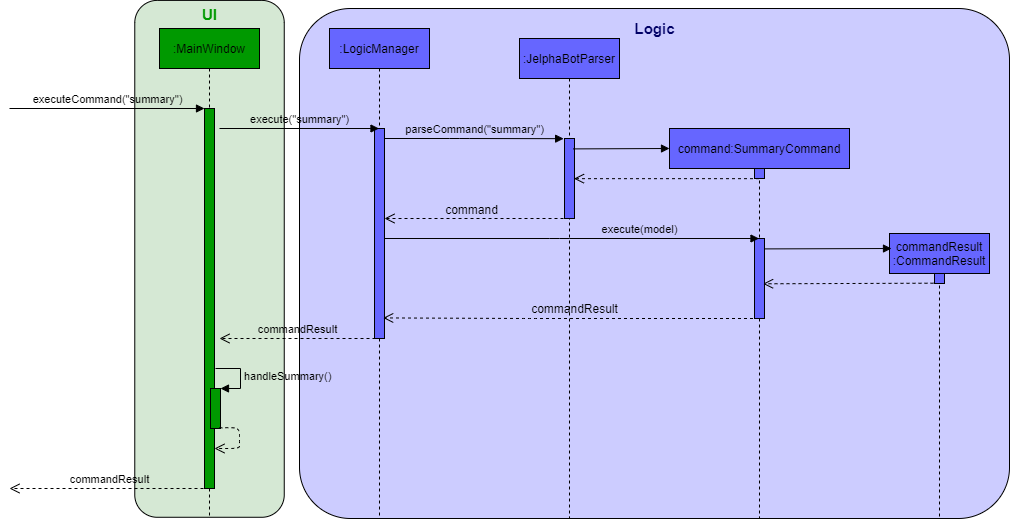
Before: images/SummarySwitchTabSequenceDiagram.png, a diagram exported from draw.io (AY1920S2-CS2103-F09-2/main). Source tidied: cells renumbered, new cells last; positions are measured from the earlier drawing's top-left corner, leaving out a move shared by most shapes. Source of this version:
```xml
<mxGraphModel background="#ffffff">
  <root>
    <mxCell id="0" />
    <mxCell id="1" parent="0" />
    <mxCell id="2" style="rounded=1;whiteSpace=wrap;html=1;shadow=0;fillColor=#CCCCFF;arcSize=10;" parent="1" vertex="1">
      <mxGeometry x="348" y="4" width="710" height="510" as="geometry" />
    </mxCell>
    <mxCell id="3" style="rounded=1;whiteSpace=wrap;html=1;shadow=0;rotation=-90;fillColor=#D5E8D4;" parent="1" vertex="1">
      <mxGeometry x="-0.4" y="179.6" width="516.9" height="149.5" as="geometry" />
    </mxCell>
    <mxCell id="4" value=":MainWindow" style="shape=umlLifeline;perimeter=lifelinePerimeter;whiteSpace=wrap;html=1;shadow=0;fillColor=#009900;" parent="1" vertex="1">
      <mxGeometry x="208" y="24" width="100" height="490" as="geometry" />
    </mxCell>
    <mxCell id="5" style="html=1;perimeter=orthogonalPerimeter;shadow=0;fillColor=#009900;" parent="1" vertex="1">
      <mxGeometry x="253" y="104" width="10" height="380" as="geometry" />
    </mxCell>
    <mxCell id="6" value="executeCommand(&quot;summary&quot;)" style="html=1;verticalAlign=bottom;endArrow=block;fillColor=#4D9900;labelBackgroundColor=none;" parent="1" edge="1">
      <mxGeometry relative="1" as="geometry">
        <mxPoint x="58" y="104" as="sourcePoint" />
        <mxPoint x="253" y="104" as="targetPoint" />
      </mxGeometry>
    </mxCell>
    <mxCell id="7" style="html=1;points=[];perimeter=orthogonalPerimeter;shadow=0;fillColor=#009900;" parent="1" vertex="1">
      <mxGeometry x="259" y="384" width="10" height="40" as="geometry" />
    </mxCell>
    <mxCell id="8" value="handleSummary()" style="edgeStyle=orthogonalEdgeStyle;html=1;align=left;spacingLeft=2;endArrow=block;rounded=0;entryX=1;entryY=0;fillColor=#4D9900;labelBackgroundColor=none;" parent="1" edge="1" target="7">
      <mxGeometry relative="1" as="geometry">
        <mxPoint x="264" y="364" as="sourcePoint" />
        <Array as="points">
          <mxPoint x="289" y="364" />
          <mxPoint x="289" y="384" />
        </Array>
      </mxGeometry>
    </mxCell>
    <mxCell id="9" value="&lt;font style=&quot;font-size: 15px&quot; color=&quot;#009900&quot;&gt;&lt;b&gt;UI&lt;/b&gt;&lt;/font&gt;" style="text;html=1;align=center;verticalAlign=middle;" parent="1" vertex="1">
      <mxGeometry x="243" width="30" height="20" as="geometry" />
    </mxCell>
    <mxCell id="10" style="html=1;verticalAlign=bottom;endArrow=open;dashed=1;endSize=8;fillColor=#4D9900;exitX=0.883;exitY=0.983;exitDx=0;exitDy=0;exitPerimeter=0;" parent="1" edge="1" source="7">
      <mxGeometry x="-0.3" y="-20" relative="1" as="geometry">
        <mxPoint x="263" y="444" as="targetPoint" />
        <Array as="points">
          <mxPoint x="288" y="423" />
          <mxPoint x="288" y="434" />
          <mxPoint x="288" y="444" />
          <mxPoint x="288" y="444" />
        </Array>
        <mxPoint x="40" as="offset" />
      </mxGeometry>
    </mxCell>
    <mxCell id="11" value=":LogicManager" style="shape=umlLifeline;perimeter=lifelinePerimeter;whiteSpace=wrap;html=1;outlineConnect=0;shadow=0;fillColor=#6666FF;" parent="1" vertex="1">
      <mxGeometry x="378" y="24" width="100" height="490" as="geometry" />
    </mxCell>
    <mxCell id="12" style="html=1;points=[];perimeter=orthogonalPerimeter;shadow=0;fillColor=#6666FF;" parent="11" vertex="1">
      <mxGeometry x="45" y="100" width="10" height="210" as="geometry" />
    </mxCell>
    <mxCell id="13" value="execute(&quot;summary&quot;)" style="html=1;verticalAlign=bottom;endArrow=block;fillColor=#4D9900;labelBackgroundColor=none;" parent="1" edge="1" target="11">
      <mxGeometry relative="1" as="geometry">
        <mxPoint x="268" y="124" as="sourcePoint" />
      </mxGeometry>
    </mxCell>
    <mxCell id="14" value=":JelphaBotParser" style="shape=umlLifeline;perimeter=lifelinePerimeter;whiteSpace=wrap;html=1;shadow=0;fillColor=#6666FF;" parent="1" vertex="1">
      <mxGeometry x="568" y="34" width="100" height="480" as="geometry" />
    </mxCell>
    <mxCell id="15" style="html=1;points=[];perimeter=orthogonalPerimeter;shadow=0;fillColor=#6666FF;" parent="14" vertex="1">
      <mxGeometry x="45" y="100" width="10" height="80" as="geometry" />
    </mxCell>
    <mxCell id="16" style="html=1;verticalAlign=bottom;endArrow=block;fillColor=#4D9900;exitX=0.886;exitY=0.13;exitDx=0;exitDy=0;exitPerimeter=0;" parent="14" edge="1" source="15">
      <mxGeometry relative="1" as="geometry">
        <mxPoint x="150" y="110" as="targetPoint" />
      </mxGeometry>
    </mxCell>
    <mxCell id="17" value="command:SummaryCommand" style="shape=umlLifeline;perimeter=lifelinePerimeter;whiteSpace=wrap;html=1;outlineConnect=0;shadow=0;fillColor=#6666FF;" parent="1" vertex="1">
      <mxGeometry x="718" y="124" width="180" height="390" as="geometry" />
    </mxCell>
    <mxCell id="18" style="html=1;perimeter=orthogonalPerimeter;shadow=0;fillColor=#6666FF;" parent="17" vertex="1">
      <mxGeometry x="85" y="40" width="10" height="10" as="geometry" />
    </mxCell>
    <mxCell id="19" style="html=1;points=[];perimeter=orthogonalPerimeter;shadow=0;fillColor=#6666FF;" parent="17" vertex="1">
      <mxGeometry x="85" y="110" width="10" height="80" as="geometry" />
    </mxCell>
    <mxCell id="20" style="html=1;verticalAlign=bottom;endArrow=open;dashed=1;endSize=8;fillColor=#4D9900;entryX=0.948;entryY=0.502;entryDx=0;entryDy=0;entryPerimeter=0;" parent="1" edge="1" source="17" target="15">
      <mxGeometry relative="1" as="geometry" />
    </mxCell>
    <mxCell id="21" style="html=1;verticalAlign=bottom;endArrow=open;dashed=1;endSize=8;fillColor=#4D9900;" parent="1" edge="1" target="12">
      <mxGeometry relative="1" as="geometry">
        <mxPoint x="618" y="214" as="sourcePoint" />
      </mxGeometry>
    </mxCell>
    <mxCell id="22" value="command" style="text;html=1;align=center;verticalAlign=middle;labelBackgroundColor=none;" parent="21" vertex="1">
      <mxGeometry x="0.07" y="-1" relative="1" as="geometry">
        <mxPoint y="-9" as="offset" />
      </mxGeometry>
    </mxCell>
    <mxCell id="23" value="execute(model)" style="html=1;verticalAlign=bottom;endArrow=block;fillColor=#4D9900;labelBackgroundColor=none;" parent="1" edge="1" source="12" target="17">
      <mxGeometry x="0.36" relative="1" as="geometry">
        <Array as="points">
          <mxPoint x="608" y="234" />
        </Array>
      </mxGeometry>
    </mxCell>
    <mxCell id="24" style="html=1;verticalAlign=bottom;endArrow=open;dashed=1;endSize=8;fillColor=#4D9900;entryX=0.867;entryY=0.902;entryDx=0;entryDy=0;entryPerimeter=0;" parent="1" edge="1" source="17" target="12">
      <mxGeometry x="0.21" y="-160" relative="1" as="geometry">
        <Array as="points">
          <mxPoint x="578" y="314" />
        </Array>
        <mxPoint x="160" y="160" as="offset" />
      </mxGeometry>
    </mxCell>
    <mxCell id="25" value="commandResult" style="text;html=1;align=center;verticalAlign=middle;labelBackgroundColor=none;" parent="24" vertex="1">
      <mxGeometry x="0.22" y="-158" relative="1" as="geometry">
        <mxPoint x="44.9" y="148" as="offset" />
      </mxGeometry>
    </mxCell>
    <mxCell id="26" value="commandResult&lt;br&gt;:CommandResult" style="shape=umlLifeline;perimeter=lifelinePerimeter;whiteSpace=wrap;html=1;shadow=0;fillColor=#6666FF;" parent="1" vertex="1">
      <mxGeometry x="938" y="229" width="100" height="285" as="geometry" />
    </mxCell>
    <mxCell id="27" style="html=1;perimeter=orthogonalPerimeter;shadow=0;fillColor=#6666FF;" parent="26" vertex="1">
      <mxGeometry x="45" y="40" width="10" height="10" as="geometry" />
    </mxCell>
    <mxCell id="28" style="html=1;verticalAlign=bottom;endArrow=block;fillColor=#4D9900;exitX=0.857;exitY=0.13;exitDx=0;exitDy=0;exitPerimeter=0;" parent="1" edge="1">
      <mxGeometry relative="1" as="geometry">
        <mxPoint x="813.6" y="244.4" as="sourcePoint" />
        <mxPoint x="940" y="244" as="targetPoint" />
      </mxGeometry>
    </mxCell>
    <mxCell id="29" style="html=1;verticalAlign=bottom;endArrow=open;dashed=1;endSize=8;fillColor=#4D9900;entryX=0.857;entryY=0.566;entryDx=0;entryDy=0;entryPerimeter=0;" parent="1" edge="1" target="19">
      <mxGeometry relative="1" as="geometry">
        <mxPoint x="982" y="278.7" as="sourcePoint" />
      </mxGeometry>
    </mxCell>
    <mxCell id="30" value="commandResult" style="html=1;verticalAlign=bottom;endArrow=open;dashed=1;endSize=8;fillColor=#4D9900;labelBackgroundColor=none;" parent="1" edge="1">
      <mxGeometry relative="1" as="geometry">
        <mxPoint x="424" y="334" as="sourcePoint" />
        <mxPoint x="268" y="334" as="targetPoint" />
      </mxGeometry>
    </mxCell>
    <mxCell id="31" value="commandResult" style="html=1;verticalAlign=bottom;endArrow=open;dashed=1;endSize=8;fillColor=#4D9900;labelBackgroundColor=none;" parent="1" edge="1">
      <mxGeometry relative="1" as="geometry">
        <mxPoint x="258" y="484" as="sourcePoint" />
        <mxPoint x="58" y="484" as="targetPoint" />
      </mxGeometry>
    </mxCell>
    <mxCell id="32" value="parseCommand(&quot;summary&quot;)" style="html=1;verticalAlign=bottom;endArrow=block;fillColor=#4D9900;entryX=-0.086;entryY=0.002;entryDx=0;entryDy=0;entryPerimeter=0;labelBackgroundColor=none;" parent="1" edge="1" source="12" target="15">
      <mxGeometry relative="1" as="geometry">
        <Array as="points">
          <mxPoint x="508" y="134" />
        </Array>
      </mxGeometry>
    </mxCell>
    <mxCell id="33" value="&lt;font style=&quot;font-size: 15px&quot; color=&quot;#000066&quot;&gt;&lt;b&gt;Logic&lt;/b&gt;&lt;/font&gt;" style="text;html=1;align=center;verticalAlign=middle;" parent="1" vertex="1">
      <mxGeometry x="673" y="14" width="60" height="20" as="geometry" />
    </mxCell>
  </root>
</mxGraphModel>
```
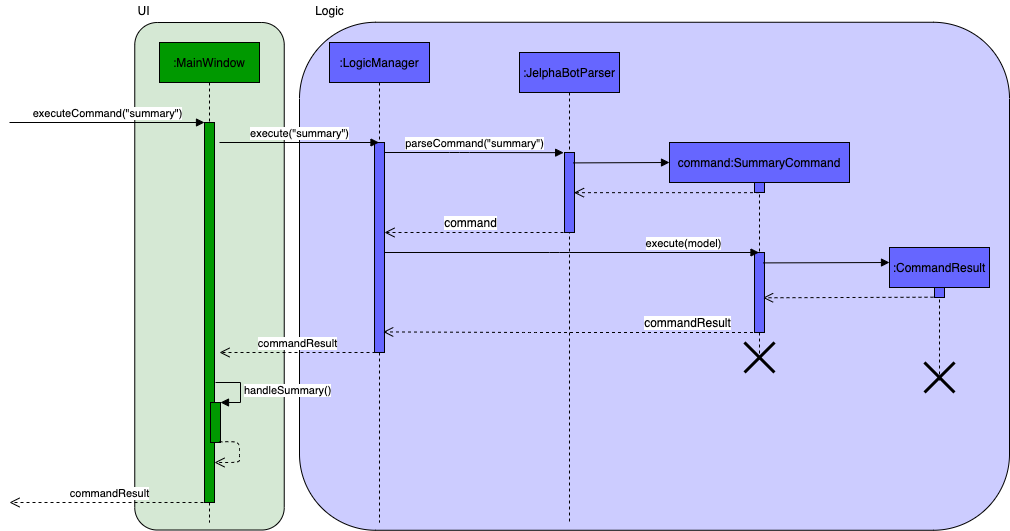
After the commit.

The edit, as a diff of the source:
```diff
@@ -2,19 +2,19 @@
   <root>
     <mxCell id="0" />
     <mxCell id="1" parent="0" />
-    <mxCell id="2" style="rounded=1;whiteSpace=wrap;html=1;shadow=0;fillColor=#CCCCFF;arcSize=10;" parent="1" vertex="1">
-      <mxGeometry x="348" y="4" width="710" height="510" as="geometry" />
+    <mxCell id="2" style="rounded=1;whiteSpace=wrap;html=1;shadow=0;fillColor=#CCCCFF;" parent="1" vertex="1">
+      <mxGeometry x="348" y="3.8" width="710" height="508" as="geometry" />
     </mxCell>
     <mxCell id="3" style="rounded=1;whiteSpace=wrap;html=1;shadow=0;rotation=-90;fillColor=#D5E8D4;" parent="1" vertex="1">
-      <mxGeometry x="-0.4" y="179.6" width="516.9" height="149.5" as="geometry" />
+      <mxGeometry x="4.2" y="183" width="507.5" height="149.5" as="geometry" />
     </mxCell>
     <mxCell id="4" value=":MainWindow" style="shape=umlLifeline;perimeter=lifelinePerimeter;whiteSpace=wrap;html=1;shadow=0;fillColor=#009900;" parent="1" vertex="1">
-      <mxGeometry x="208" y="24" width="100" height="490" as="geometry" />
+      <mxGeometry x="208" y="24" width="100" height="480" as="geometry" />
     </mxCell>
     <mxCell id="5" style="html=1;perimeter=orthogonalPerimeter;shadow=0;fillColor=#009900;" parent="1" vertex="1">
       <mxGeometry x="253" y="104" width="10" height="380" as="geometry" />
     </mxCell>
-    <mxCell id="6" value="executeCommand(&quot;summary&quot;)" style="html=1;verticalAlign=bottom;endArrow=block;fillColor=#4D9900;labelBackgroundColor=none;" parent="1" edge="1">
+    <mxCell id="6" value="executeCommand(&quot;summary&quot;)" style="html=1;verticalAlign=bottom;endArrow=block;fillColor=#4D9900;" parent="1" edge="1">
       <mxGeometry relative="1" as="geometry">
         <mxPoint x="58" y="104" as="sourcePoint" />
         <mxPoint x="253" y="104" as="targetPoint" />
@@ -23,7 +23,7 @@
     <mxCell id="7" style="html=1;points=[];perimeter=orthogonalPerimeter;shadow=0;fillColor=#009900;" parent="1" vertex="1">
       <mxGeometry x="259" y="384" width="10" height="40" as="geometry" />
     </mxCell>
-    <mxCell id="8" value="handleSummary()" style="edgeStyle=orthogonalEdgeStyle;html=1;align=left;spacingLeft=2;endArrow=block;rounded=0;entryX=1;entryY=0;fillColor=#4D9900;labelBackgroundColor=none;" parent="1" edge="1" target="7">
+    <mxCell id="8" value="handleSummary()" style="edgeStyle=orthogonalEdgeStyle;html=1;align=left;spacingLeft=2;endArrow=block;rounded=0;entryX=1;entryY=0;fillColor=#4D9900;" parent="1" edge="1" target="7">
       <mxGeometry relative="1" as="geometry">
         <mxPoint x="264" y="364" as="sourcePoint" />
         <Array as="points">
@@ -32,8 +32,8 @@
         </Array>
       </mxGeometry>
     </mxCell>
-    <mxCell id="9" value="&lt;font style=&quot;font-size: 15px&quot; color=&quot;#009900&quot;&gt;&lt;b&gt;UI&lt;/b&gt;&lt;/font&gt;" style="text;html=1;align=center;verticalAlign=middle;" parent="1" vertex="1">
-      <mxGeometry x="243" width="30" height="20" as="geometry" />
+    <mxCell id="9" value="UI" style="text;html=1;align=center;verticalAlign=middle;" parent="1" vertex="1">
+      <mxGeometry x="177" y="-18" width="30" height="20" as="geometry" />
     </mxCell>
     <mxCell id="10" style="html=1;verticalAlign=bottom;endArrow=open;dashed=1;endSize=8;fillColor=#4D9900;exitX=0.883;exitY=0.983;exitDx=0;exitDy=0;exitPerimeter=0;" parent="1" edge="1" source="7">
       <mxGeometry x="-0.3" y="-20" relative="1" as="geometry">
@@ -48,18 +48,18 @@
       </mxGeometry>
     </mxCell>
     <mxCell id="11" value=":LogicManager" style="shape=umlLifeline;perimeter=lifelinePerimeter;whiteSpace=wrap;html=1;outlineConnect=0;shadow=0;fillColor=#6666FF;" parent="1" vertex="1">
-      <mxGeometry x="378" y="24" width="100" height="490" as="geometry" />
+      <mxGeometry x="378" y="24" width="100" height="480" as="geometry" />
     </mxCell>
     <mxCell id="12" style="html=1;points=[];perimeter=orthogonalPerimeter;shadow=0;fillColor=#6666FF;" parent="11" vertex="1">
       <mxGeometry x="45" y="100" width="10" height="210" as="geometry" />
     </mxCell>
-    <mxCell id="13" value="execute(&quot;summary&quot;)" style="html=1;verticalAlign=bottom;endArrow=block;fillColor=#4D9900;labelBackgroundColor=none;" parent="1" edge="1" target="11">
+    <mxCell id="13" value="execute(&quot;summary&quot;)" style="html=1;verticalAlign=bottom;endArrow=block;fillColor=#4D9900;" parent="1" edge="1" target="11">
       <mxGeometry relative="1" as="geometry">
         <mxPoint x="268" y="124" as="sourcePoint" />
       </mxGeometry>
     </mxCell>
     <mxCell id="14" value=":JelphaBotParser" style="shape=umlLifeline;perimeter=lifelinePerimeter;whiteSpace=wrap;html=1;shadow=0;fillColor=#6666FF;" parent="1" vertex="1">
-      <mxGeometry x="568" y="34" width="100" height="480" as="geometry" />
+      <mxGeometry x="568" y="34" width="100" height="470" as="geometry" />
     </mxCell>
     <mxCell id="15" style="html=1;points=[];perimeter=orthogonalPerimeter;shadow=0;fillColor=#6666FF;" parent="14" vertex="1">
       <mxGeometry x="45" y="100" width="10" height="80" as="geometry" />
@@ -70,7 +70,7 @@
       </mxGeometry>
     </mxCell>
     <mxCell id="17" value="command:SummaryCommand" style="shape=umlLifeline;perimeter=lifelinePerimeter;whiteSpace=wrap;html=1;outlineConnect=0;shadow=0;fillColor=#6666FF;" parent="1" vertex="1">
-      <mxGeometry x="718" y="124" width="180" height="390" as="geometry" />
+      <mxGeometry x="718" y="124" width="180" height="220" as="geometry" />
     </mxCell>
     <mxCell id="18" style="html=1;perimeter=orthogonalPerimeter;shadow=0;fillColor=#6666FF;" parent="17" vertex="1">
       <mxGeometry x="85" y="40" width="10" height="10" as="geometry" />
@@ -86,13 +86,13 @@
         <mxPoint x="618" y="214" as="sourcePoint" />
       </mxGeometry>
     </mxCell>
-    <mxCell id="22" value="command" style="text;html=1;align=center;verticalAlign=middle;labelBackgroundColor=none;" parent="21" vertex="1">
+    <mxCell id="22" value="command" style="text;html=1;align=center;verticalAlign=middle;labelBackgroundColor=#ffffff;" parent="21" vertex="1">
       <mxGeometry x="0.07" y="-1" relative="1" as="geometry">
         <mxPoint y="-9" as="offset" />
       </mxGeometry>
     </mxCell>
-    <mxCell id="23" value="execute(model)" style="html=1;verticalAlign=bottom;endArrow=block;fillColor=#4D9900;labelBackgroundColor=none;" parent="1" edge="1" source="12" target="17">
-      <mxGeometry x="0.36" relative="1" as="geometry">
+    <mxCell id="23" value="execute(model)" style="html=1;verticalAlign=bottom;endArrow=block;fillColor=#4D9900;" parent="1" edge="1" source="12" target="17">
+      <mxGeometry x="0.6" relative="1" as="geometry">
         <Array as="points">
           <mxPoint x="608" y="234" />
         </Array>
@@ -106,21 +106,23 @@
         <mxPoint x="160" y="160" as="offset" />
       </mxGeometry>
     </mxCell>
-    <mxCell id="25" value="commandResult" style="text;html=1;align=center;verticalAlign=middle;labelBackgroundColor=none;" parent="24" vertex="1">
+    <mxCell id="25" value="commandResult" style="text;html=1;align=center;verticalAlign=middle;labelBackgroundColor=#ffffff;" parent="24" vertex="1">
       <mxGeometry x="0.22" y="-158" relative="1" as="geometry">
-        <mxPoint x="44.9" y="148" as="offset" />
+        <mxPoint x="157" y="148" as="offset" />
       </mxGeometry>
     </mxCell>
-    <mxCell id="26" value="commandResult&lt;br&gt;:CommandResult" style="shape=umlLifeline;perimeter=lifelinePerimeter;whiteSpace=wrap;html=1;shadow=0;fillColor=#6666FF;" parent="1" vertex="1">
-      <mxGeometry x="938" y="229" width="100" height="285" as="geometry" />
+    <mxCell id="26" value=":CommandResult" style="shape=umlLifeline;perimeter=lifelinePerimeter;whiteSpace=wrap;html=1;shadow=0;fillColor=#6666FF;" parent="1" vertex="1">
+      <mxGeometry x="938" y="229" width="100" height="135" as="geometry" />
     </mxCell>
     <mxCell id="27" style="html=1;perimeter=orthogonalPerimeter;shadow=0;fillColor=#6666FF;" parent="26" vertex="1">
       <mxGeometry x="45" y="40" width="10" height="10" as="geometry" />
     </mxCell>
+    <mxCell id="34" style="shape=umlDestroy;whiteSpace=wrap;html=1;strokeWidth=3;" parent="26" vertex="1">
+      <mxGeometry x="35" y="115" width="30" height="30" as="geometry" />
+    </mxCell>
-    <mxCell id="28" style="html=1;verticalAlign=bottom;endArrow=block;fillColor=#4D9900;exitX=0.857;exitY=0.13;exitDx=0;exitDy=0;exitPerimeter=0;" parent="1" edge="1">
+    <mxCell id="28" style="html=1;verticalAlign=bottom;endArrow=block;fillColor=#4D9900;exitX=0.857;exitY=0.13;exitDx=0;exitDy=0;exitPerimeter=0;" parent="1" edge="1" source="19">
       <mxGeometry relative="1" as="geometry">
-        <mxPoint x="813.6" y="244.4" as="sourcePoint" />
-        <mxPoint x="940" y="244" as="targetPoint" />
+        <mxPoint x="938" y="244" as="targetPoint" />
       </mxGeometry>
     </mxCell>
     <mxCell id="29" style="html=1;verticalAlign=bottom;endArrow=open;dashed=1;endSize=8;fillColor=#4D9900;entryX=0.857;entryY=0.566;entryDx=0;entryDy=0;entryPerimeter=0;" parent="1" edge="1" target="19">
@@ -128,27 +130,30 @@
         <mxPoint x="982" y="278.7" as="sourcePoint" />
       </mxGeometry>
     </mxCell>
-    <mxCell id="30" value="commandResult" style="html=1;verticalAlign=bottom;endArrow=open;dashed=1;endSize=8;fillColor=#4D9900;labelBackgroundColor=none;" parent="1" edge="1">
+    <mxCell id="30" value="commandResult" style="html=1;verticalAlign=bottom;endArrow=open;dashed=1;endSize=8;fillColor=#4D9900;" parent="1" edge="1">
       <mxGeometry relative="1" as="geometry">
         <mxPoint x="424" y="334" as="sourcePoint" />
         <mxPoint x="268" y="334" as="targetPoint" />
       </mxGeometry>
     </mxCell>
-    <mxCell id="31" value="commandResult" style="html=1;verticalAlign=bottom;endArrow=open;dashed=1;endSize=8;fillColor=#4D9900;labelBackgroundColor=none;" parent="1" edge="1">
+    <mxCell id="31" value="commandResult" style="html=1;verticalAlign=bottom;endArrow=open;dashed=1;endSize=8;fillColor=#4D9900;" parent="1" edge="1">
       <mxGeometry relative="1" as="geometry">
         <mxPoint x="258" y="484" as="sourcePoint" />
         <mxPoint x="58" y="484" as="targetPoint" />
       </mxGeometry>
     </mxCell>
-    <mxCell id="32" value="parseCommand(&quot;summary&quot;)" style="html=1;verticalAlign=bottom;endArrow=block;fillColor=#4D9900;entryX=-0.086;entryY=0.002;entryDx=0;entryDy=0;entryPerimeter=0;labelBackgroundColor=none;" parent="1" edge="1" source="12" target="15">
+    <mxCell id="32" value="parseCommand(&quot;summary&quot;)" style="html=1;verticalAlign=bottom;endArrow=block;fillColor=#4D9900;entryX=-0.086;entryY=0.002;entryDx=0;entryDy=0;entryPerimeter=0;" parent="1" edge="1" source="12" target="15">
       <mxGeometry relative="1" as="geometry">
         <Array as="points">
           <mxPoint x="508" y="134" />
         </Array>
       </mxGeometry>
     </mxCell>
-    <mxCell id="33" value="&lt;font style=&quot;font-size: 15px&quot; color=&quot;#000066&quot;&gt;&lt;b&gt;Logic&lt;/b&gt;&lt;/font&gt;" style="text;html=1;align=center;verticalAlign=middle;" parent="1" vertex="1">
-      <mxGeometry x="673" y="14" width="60" height="20" as="geometry" />
+    <mxCell id="33" value="Logic" style="text;html=1;align=center;verticalAlign=middle;" parent="1" vertex="1">
+      <mxGeometry x="358" y="-18" width="40" height="20" as="geometry" />
     </mxCell>
+    <mxCell id="35" style="shape=umlDestroy;whiteSpace=wrap;html=1;strokeWidth=3;" parent="1" vertex="1">
+      <mxGeometry x="793" y="324" width="30" height="30" as="geometry" />
+    </mxCell>
   </root>
 </mxGraphModel>
```
